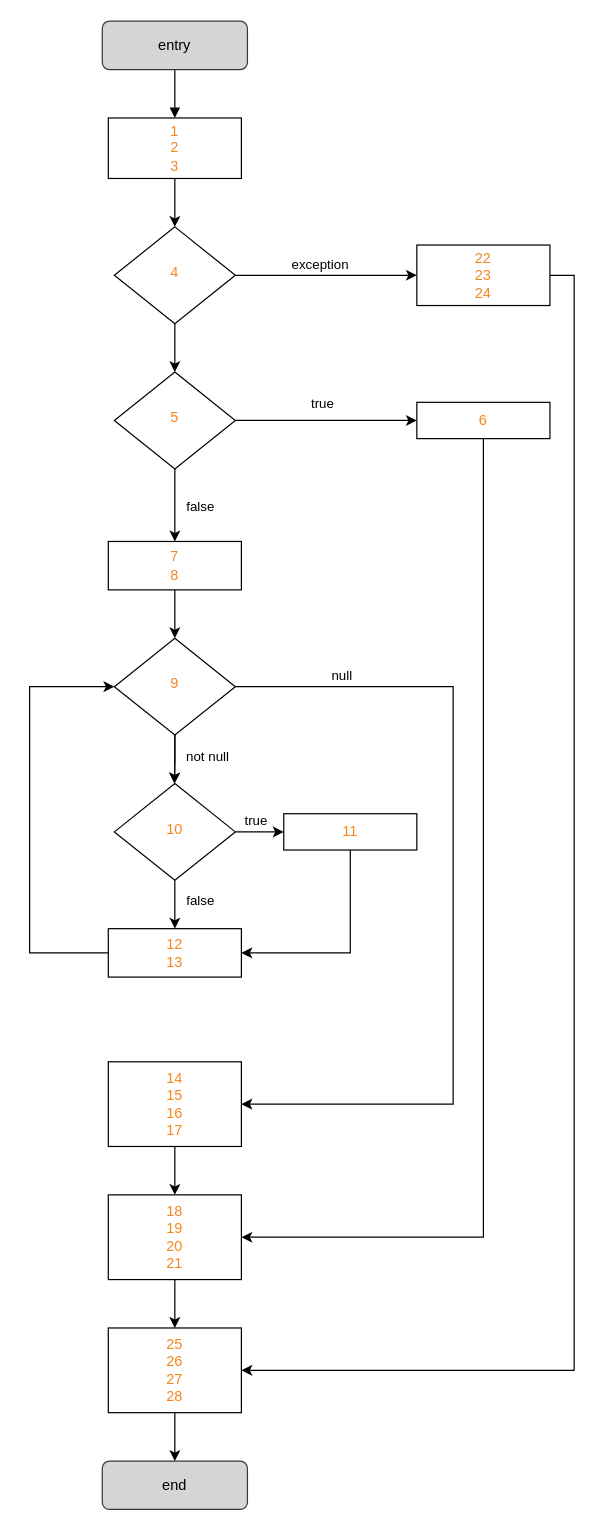
Above: page "handleStartPause_cfg" (3 of 6) of assignments/resources/dataflow_testing.drawio in paulinho-16/MEIC-TVVS (draw.io), before the change. Source tidied: cells renumbered, new cells numbered last; positions are measured from the earlier drawing's top-left corner, leaving out a move shared by most shapes. Both pictures are drawn from the tidied source at 121%, with x=0, y=0 at pixel (29, 21).
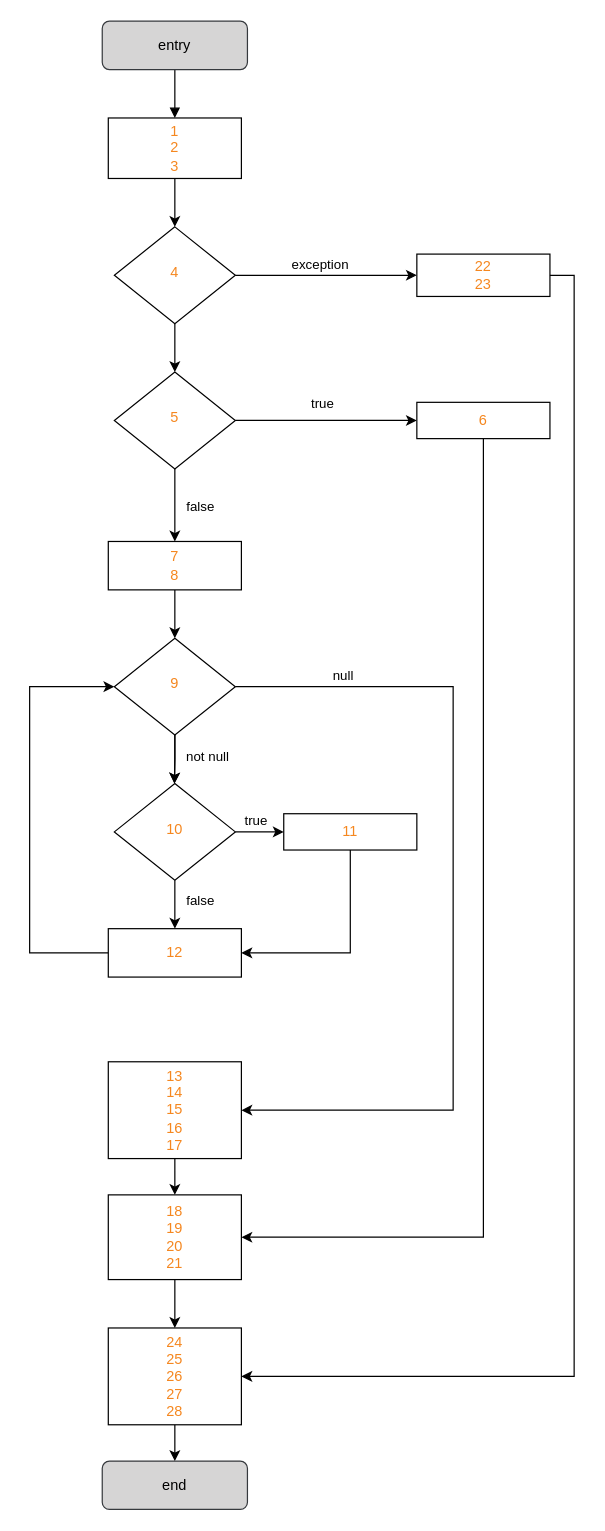
The same page after the edit.

The change refers to these unchanged cells:
```xml
<mxCell id="28" value="&lt;font color=&quot;#f5871f&quot;&gt;9&lt;/font&gt;" style="rhombus;whiteSpace=wrap;html=1;shadow=0;fontFamily=Helvetica;fontSize=12;align=center;strokeWidth=1;spacing=6;spacingTop=-4;" parent="1" vertex="1">
  <mxGeometry x="70" y="510" width="100" height="80" as="geometry" />
</mxCell>
```

What changed in the source:
```diff
@@
-    <mxCell id="13" value="&lt;font color=&quot;#f5871f&quot;&gt;22&lt;br&gt;23&lt;br&gt;24&lt;br&gt;&lt;/font&gt;" style="rounded=0;whiteSpace=wrap;html=1;strokeColor=#000000;fillColor=#FFFFFF;" parent="1" vertex="1">
-      <mxGeometry x="320" y="185" width="110" height="50" as="geometry" />
+    <mxCell id="13" value="&lt;font color=&quot;#f5871f&quot;&gt;22&lt;br&gt;23&lt;br&gt;&lt;/font&gt;" style="rounded=0;whiteSpace=wrap;html=1;strokeColor=#000000;fillColor=#FFFFFF;" parent="1" vertex="1">
+      <mxGeometry x="320" y="192.5" width="110" height="35" as="geometry" />
     </mxCell>
@@
     <mxCell id="26" style="edgeStyle=orthogonalEdgeStyle;rounded=0;jettySize=auto;html=1;exitX=1;exitY=0.5;exitDx=0;exitDy=0;entryX=1;entryY=0.5;entryDx=0;entryDy=0;" parent="1" edge="1" source="28" target="44">
       <mxGeometry relative="1" as="geometry">
         <Array as="points">
           <mxPoint x="350" y="550" />
-          <mxPoint x="350" y="895" />
+          <mxPoint x="350" y="900" />
         </Array>
       </mxGeometry>
     </mxCell>
@@
-    <mxCell id="35" value="&lt;font color=&quot;#f5871f&quot;&gt;25&lt;br&gt;26&lt;br&gt;27&lt;br&gt;28&lt;br&gt;&lt;/font&gt;" style="rounded=0;whiteSpace=wrap;html=1;strokeColor=#000000;fillColor=#FFFFFF;" parent="1" vertex="1">
-      <mxGeometry x="65" y="1080" width="110" height="70" as="geometry" />
+    <mxCell id="35" value="&lt;font color=&quot;#f5871f&quot;&gt;24&lt;br&gt;25&lt;br&gt;26&lt;br&gt;27&lt;br&gt;28&lt;br&gt;&lt;/font&gt;" style="rounded=0;whiteSpace=wrap;html=1;strokeColor=#000000;fillColor=#FFFFFF;" parent="1" vertex="1">
+      <mxGeometry x="65" y="1080" width="110" height="80" as="geometry" />
     </mxCell>
@@
-    <mxCell id="41" value="&lt;font color=&quot;#f5871f&quot;&gt;12&lt;br&gt;13&lt;br&gt;&lt;/font&gt;" style="rounded=0;whiteSpace=wrap;html=1;strokeColor=#000000;fillColor=#FFFFFF;" parent="1" vertex="1">
+    <mxCell id="41" value="&lt;font color=&quot;#f5871f&quot;&gt;12&lt;br&gt;&lt;/font&gt;" style="rounded=0;whiteSpace=wrap;html=1;strokeColor=#000000;fillColor=#FFFFFF;" parent="1" vertex="1">
       <mxGeometry x="65" y="750" width="110" height="40" as="geometry" />
     </mxCell>
@@
-    <mxCell id="44" value="&lt;font color=&quot;#f5871f&quot;&gt;14&lt;br&gt;15&lt;br&gt;16&lt;br&gt;17&lt;br&gt;&lt;/font&gt;" style="rounded=0;whiteSpace=wrap;html=1;strokeColor=#000000;fillColor=#FFFFFF;" parent="1" vertex="1">
-      <mxGeometry x="65" y="860" width="110" height="70" as="geometry" />
+    <mxCell id="44" value="&lt;font color=&quot;#f5871f&quot;&gt;13&lt;br&gt;14&lt;br&gt;15&lt;br&gt;16&lt;br&gt;17&lt;br&gt;&lt;/font&gt;" style="rounded=0;whiteSpace=wrap;html=1;strokeColor=#000000;fillColor=#FFFFFF;" parent="1" vertex="1">
+      <mxGeometry x="65" y="860" width="110" height="80" as="geometry" />
     </mxCell>
```
